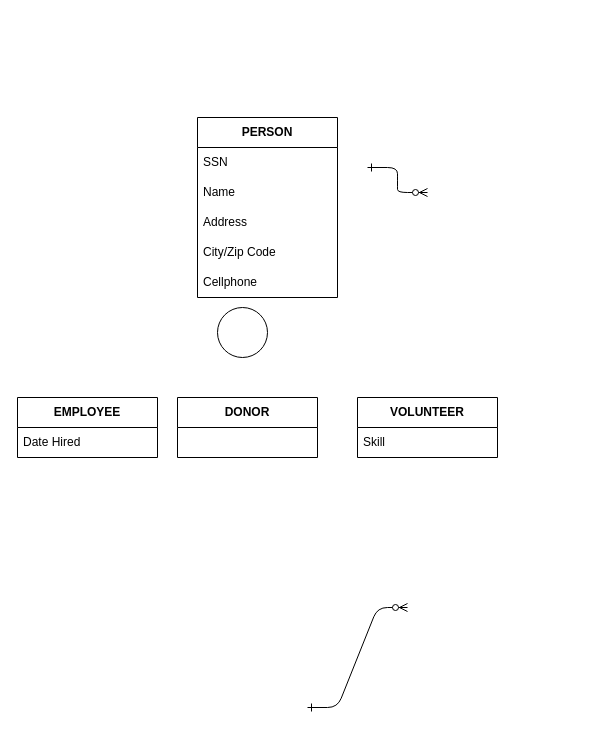
robeeds/is380-drawio keeps this draw.io diagram as page "Exercise 1" (1 of 2) of Feb10ERD.drawio. Above is the earlier version. Source tidied: cells renumbered, new cells numbered last; positions are measured from the earlier drawing's top-left corner, leaving out a move shared by most shapes. Both pictures are drawn from the tidied source at 100%, with x=0, y=0 at pixel (17, 117).
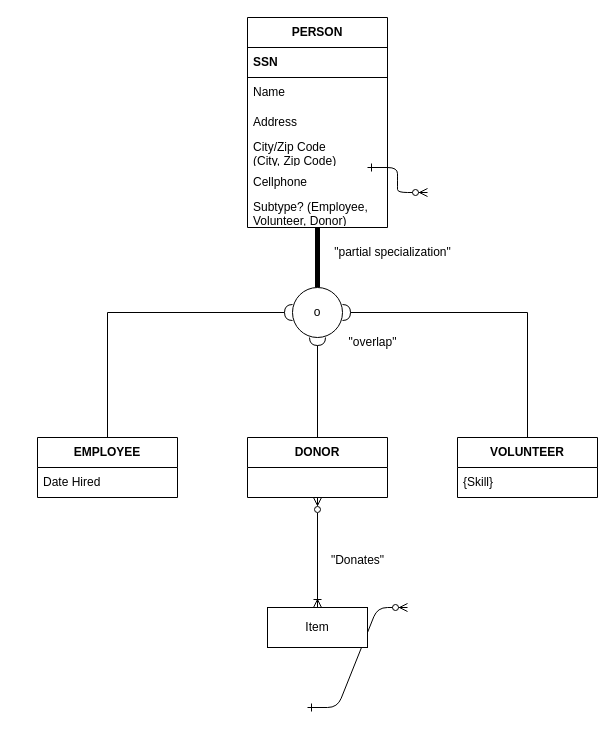
Above is the later version.

The edit, as a diff of the source:
```diff
@@
     <mxCell id="4" value="&lt;b&gt;PERSON&lt;/b&gt;" style="swimlane;fontStyle=0;horizontal=1;startSize=30;whiteSpace=wrap;html=1;" parent="1" vertex="1">
-      <mxGeometry x="180" width="140" height="180" as="geometry" />
+      <mxGeometry x="230" y="-100" width="140" height="210" as="geometry" />
     </mxCell>
-    <mxCell id="5" value="SSN" style="text;strokeColor=none;fillColor=none;align=left;verticalAlign=middle;spacingLeft=4;spacingRight=4;overflow=hidden;whiteSpace=wrap;html=1;" parent="4" vertex="1">
+    <mxCell id="5" value="SSN" style="text;strokeColor=default;fillColor=none;align=left;verticalAlign=middle;spacingLeft=4;spacingRight=4;overflow=hidden;whiteSpace=wrap;html=1;fontStyle=1;" parent="4" vertex="1">
       <mxGeometry y="30" width="140" height="30" as="geometry" />
     </mxCell>
@@
-    <mxCell id="8" value="City/Zip Code" style="text;strokeColor=none;fillColor=none;align=left;verticalAlign=middle;spacingLeft=4;spacingRight=4;overflow=hidden;whiteSpace=wrap;html=1;" parent="4" vertex="1">
+    <mxCell id="8" value="City/Zip Code&lt;div&gt;(City, Zip Code)&lt;/div&gt;" style="text;strokeColor=none;fillColor=none;align=left;verticalAlign=middle;spacingLeft=4;spacingRight=4;overflow=hidden;whiteSpace=wrap;html=1;" parent="4" vertex="1">
       <mxGeometry y="120" width="140" height="30" as="geometry" />
     </mxCell>
@@
+    <mxCell id="16" value="Subtype? (Employee, Volunteer, Donor)" style="text;strokeColor=none;fillColor=none;align=left;verticalAlign=middle;spacingLeft=4;spacingRight=4;overflow=hidden;whiteSpace=wrap;html=1;" parent="4" vertex="1">
+      <mxGeometry y="180" width="140" height="30" as="geometry" />
+    </mxCell>
+    <mxCell id="17" style="edgeStyle=orthogonalEdgeStyle;rounded=0;jettySize=auto;html=1;entryX=0;entryY=0.5;entryDx=0;entryDy=0;endArrow=halfCircle;startFill=0;endFill=0;" parent="1" edge="1" source="10" target="15">
+      <mxGeometry relative="1" as="geometry">
+        <Array as="points">
+          <mxPoint x="90" y="195" />
+        </Array>
+      </mxGeometry>
+    </mxCell>
     <mxCell id="10" value="&lt;b&gt;EMPLOYEE&lt;/b&gt;" style="swimlane;fontStyle=0;horizontal=1;startSize=30;whiteSpace=wrap;html=1;" parent="1" vertex="1">
-      <mxGeometry y="280" width="140" height="60" as="geometry" />
+      <mxGeometry x="20" y="320" width="140" height="60" as="geometry" />
     </mxCell>
@@
     <mxCell id="12" value="&lt;b&gt;VOLUNTEER&lt;/b&gt;" style="swimlane;fontStyle=0;horizontal=1;startSize=30;whiteSpace=wrap;html=1;" parent="1" vertex="1">
-      <mxGeometry x="340" y="280" width="140" height="60" as="geometry" />
+      <mxGeometry x="440" y="320" width="140" height="60" as="geometry" />
     </mxCell>
-    <mxCell id="13" value="Skill" style="text;strokeColor=none;fillColor=none;align=left;verticalAlign=middle;spacingLeft=4;spacingRight=4;overflow=hidden;whiteSpace=wrap;html=1;" parent="12" vertex="1">
+    <mxCell id="13" value="{Skill}" style="text;strokeColor=none;fillColor=none;align=left;verticalAlign=middle;spacingLeft=4;spacingRight=4;overflow=hidden;whiteSpace=wrap;html=1;" parent="12" vertex="1">
       <mxGeometry y="30" width="140" height="30" as="geometry" />
     </mxCell>
+    <mxCell id="18" style="edgeStyle=orthogonalEdgeStyle;rounded=0;jettySize=auto;html=1;entryX=0.5;entryY=1;entryDx=0;entryDy=0;endArrow=halfCircle;startFill=0;endFill=0;" parent="1" edge="1" source="14" target="15">
+      <mxGeometry relative="1" as="geometry" />
+    </mxCell>
     <mxCell id="14" value="&lt;b&gt;DONOR&lt;/b&gt;" style="swimlane;fontStyle=0;horizontal=1;startSize=30;whiteSpace=wrap;html=1;" parent="1" vertex="1">
-      <mxGeometry x="160" y="280" width="140" height="60" as="geometry" />
+      <mxGeometry x="230" y="320" width="140" height="60" as="geometry" />
     </mxCell>
+    <mxCell id="19" style="edgeStyle=orthogonalEdgeStyle;rounded=0;jettySize=auto;html=1;endArrow=none;startFill=0;curved=0;shadow=0;jumpSize=12;strokeWidth=5;" parent="1" edge="1" source="15" target="4">
+      <mxGeometry relative="1" as="geometry" />
+    </mxCell>
+    <mxCell id="20" style="edgeStyle=orthogonalEdgeStyle;rounded=0;jettySize=auto;html=1;entryX=0.5;entryY=0;entryDx=0;entryDy=0;endArrow=none;startFill=0;startArrow=halfCircle;" parent="1" edge="1" source="15" target="12">
+      <mxGeometry relative="1" as="geometry" />
+    </mxCell>
-    <mxCell id="15" style="ellipse;whiteSpace=wrap;html=1;" parent="1" vertex="1">
-      <mxGeometry x="200" y="190" width="50" height="50" as="geometry" />
+    <mxCell id="15" value="o" style="ellipse;whiteSpace=wrap;html=1;" parent="1" vertex="1">
+      <mxGeometry x="275" y="170" width="50" height="50" as="geometry" />
     </mxCell>
+    <mxCell id="21" style="edgeStyle=orthogonalEdgeStyle;rounded=0;jettySize=auto;html=1;endArrow=ERzeroToMany;endFill=0;startArrow=ERoneToMany;startFill=0;" parent="1" edge="1" source="22" target="14">
+      <mxGeometry relative="1" as="geometry" />
+    </mxCell>
+    <mxCell id="22" value="Item" style="whiteSpace=wrap;html=1;align=center;" parent="1" vertex="1">
+      <mxGeometry x="250" y="490" width="100" height="40" as="geometry" />
+    </mxCell>
+    <mxCell id="23" value="&quot;Donates&quot;" style="text;html=1;align=center;verticalAlign=middle;strokeColor=none;fillColor=none;" parent="1" vertex="1">
+      <mxGeometry x="300" y="428" width="80" height="30" as="geometry" />
+    </mxCell>
+    <mxCell id="24" value="&quot;partial specialization&quot;" style="text;html=1;align=center;verticalAlign=middle;strokeColor=none;fillColor=none;" parent="1" vertex="1">
+      <mxGeometry x="305" y="120" width="140" height="30" as="geometry" />
+    </mxCell>
+    <mxCell id="25" value="&quot;overlap&quot;" style="text;html=1;align=center;verticalAlign=middle;strokeColor=none;fillColor=none;" parent="1" vertex="1">
+      <mxGeometry x="320" y="210" width="70" height="30" as="geometry" />
+    </mxCell>
```
